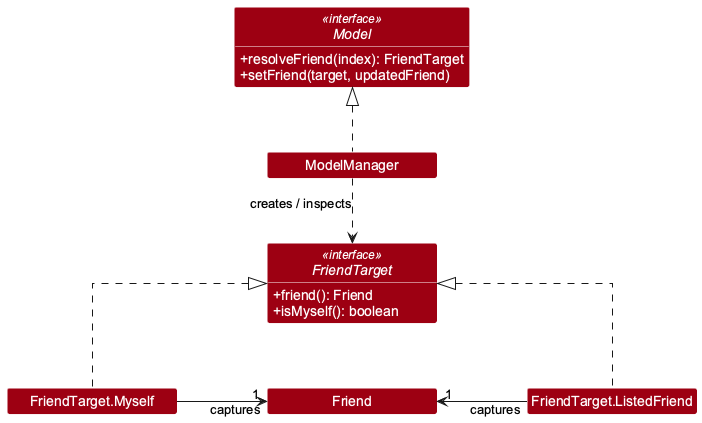
The PlantUML diagram images/MyselfTargetClassDiagram.png in AY2627S1-CS2103T-W14-3/tp, before a commit.
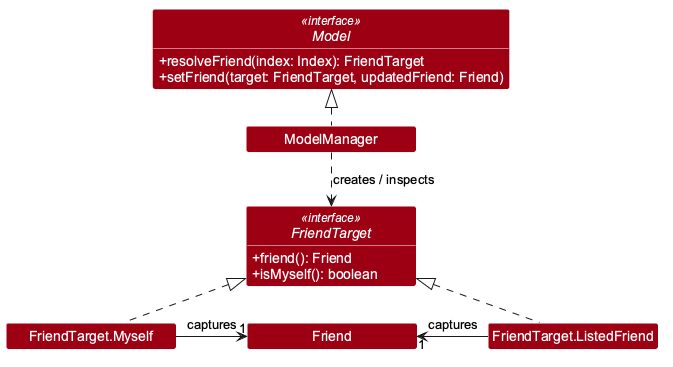
The same file after the commit.

The edit, as a diff of the source:
```diff
@@ -1,5 +1,5 @@
 @startuml
-skinparam linetype ortho
+!pragma layout smetana
 skinparam nodesep 90
 skinparam ranksep 65
 skinparam Shadowing false
@@ -16,8 +16,8 @@
 hide empty members
 
 interface Model <<interface>> {
-    +resolveFriend(index): FriendTarget
-    +setFriend(target, updatedFriend)
+    +resolveFriend(index: Index): FriendTarget
+    +setFriend(target: FriendTarget, updatedFriend: Friend)
 }
 class ModelManager
 interface FriendTarget <<interface>> {
```
